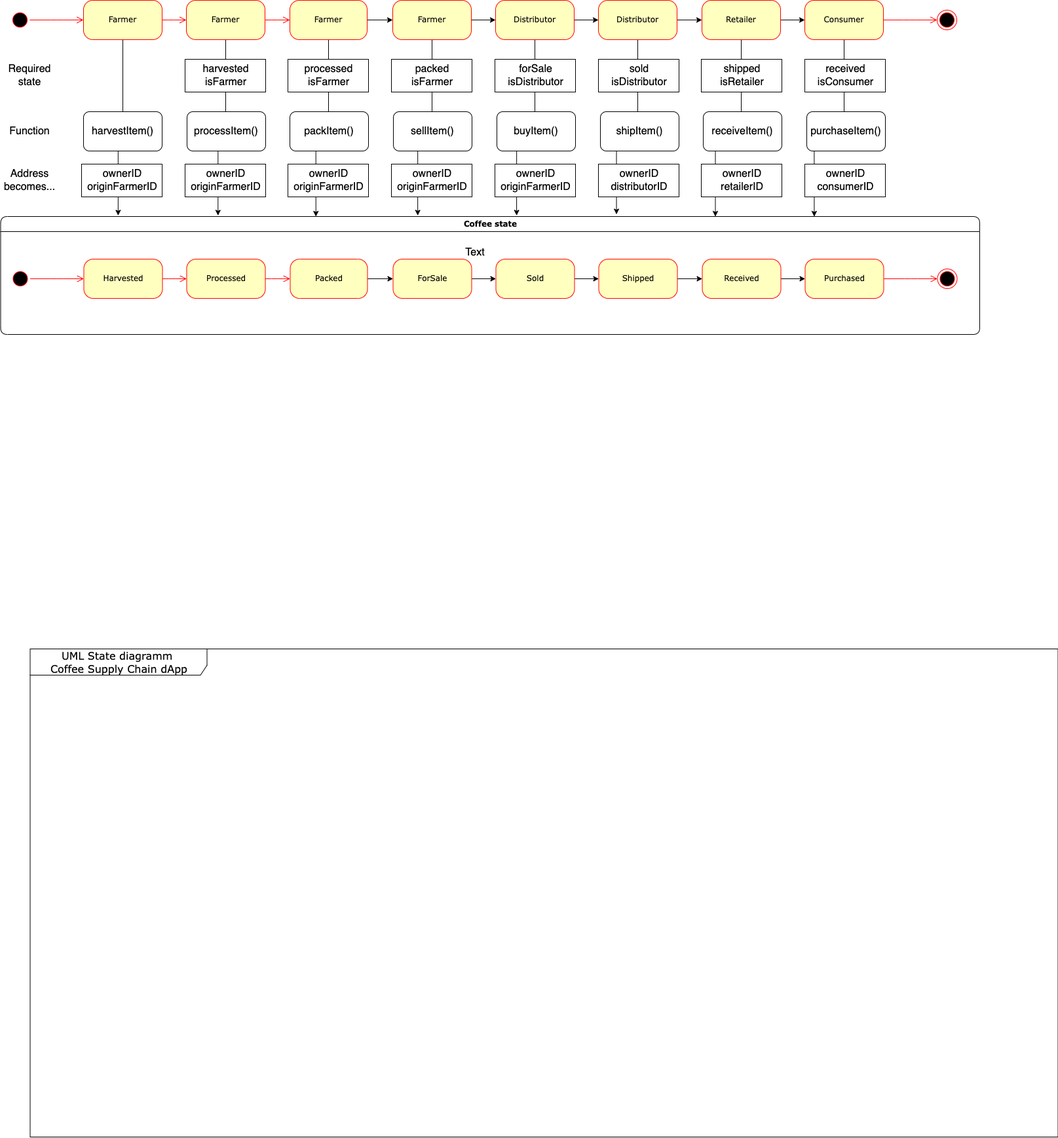
This is images/UML-State.png from Kollpunkt/Supply-Chain-Project-Udacity, a draw.io export, as it was before one commit. Source tidied: cells renumbered, new cells last; positions are measured from the earlier drawing's top-left corner, leaving out a move shared by most shapes.
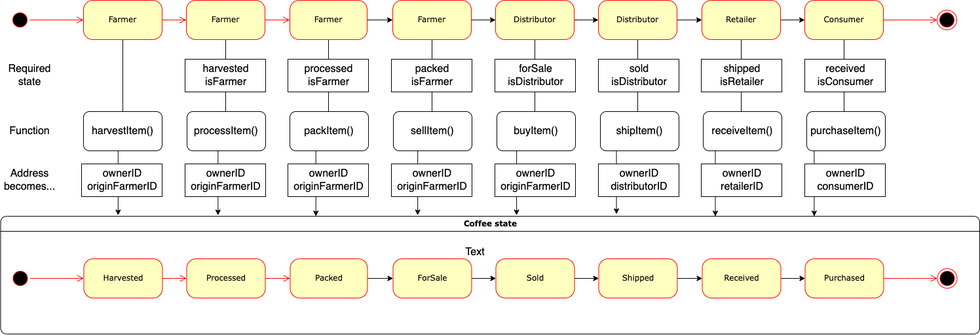
Above is the later version.

Diff of the diagram source:
```diff
@@ -1,4 +1,4 @@
-<mxGraphModel>
+<mxGraphModel background="#FFFFFF">
   <root>
     <mxCell id="0" />
     <mxCell id="1" parent="0" />
@@ -62,9 +62,6 @@
     <mxCell id="21" value="Purchased" style="rounded=1;whiteSpace=wrap;html=1;arcSize=24;fillColor=#ffffc0;strokeColor=#ff0000;shadow=0;comic=0;labelBackgroundColor=none;fontFamily=Verdana;fontSize=12;fontColor=#000000;align=center;" parent="2" vertex="1">
       <mxGeometry x="1228" y="65" width="120" height="60" as="geometry" />
     </mxCell>
-    <mxCell id="22" value="&lt;font style=&quot;font-size: 16px;&quot;&gt;UML State diagramm&amp;nbsp;&lt;br&gt;Coffee Supply Chain dApp&lt;/font&gt;" style="shape=umlFrame;whiteSpace=wrap;html=1;rounded=1;shadow=0;comic=0;labelBackgroundColor=none;strokeWidth=1;fontFamily=Verdana;fontSize=12;align=center;width=270;height=40;" parent="1" vertex="1">
-      <mxGeometry x="44.5" y="990" width="1569" height="745" as="geometry" />
-    </mxCell>
     <mxCell id="23" style="ellipse;html=1;shape=endState;fillColor=#000000;strokeColor=#ff0000;rounded=1;shadow=0;comic=0;labelBackgroundColor=none;fontFamily=Verdana;fontSize=12;fontColor=#000000;align=center;" parent="1" vertex="1">
       <mxGeometry x="1429" y="15" width="30" height="30" as="geometry" />
     </mxCell>
```
